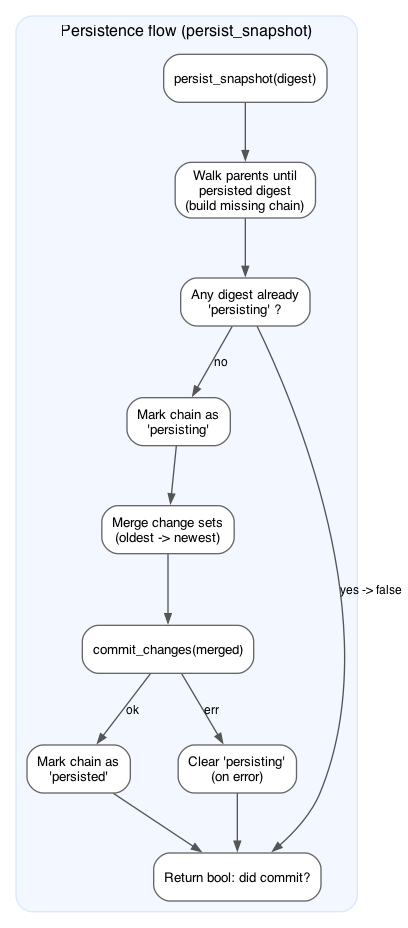
Above: examples/revm/docs/revm_persistence_flow.png in commonwarexyz/monorepo (Graphviz), before the change. Its source is kept beside it as examples/revm/docs/revm_persistence_flow.dot. The source it was exported from:
```dot
digraph revm_persistence_flow {
  rankdir=TB;
  splines=true;
  nodesep=0.5;
  ranksep=0.6;
  fontname="Helvetica";
  fontsize=12;

  node [
    shape=box,
    style="rounded,filled",
    fillcolor="white",
    color="#666666",
    fontname="Helvetica",
    fontsize=10
  ];
  edge [
    color="#555555",
    fontname="Helvetica",
    fontsize=9,
    arrowsize=0.7
  ];

  subgraph cluster_flow {
    label="Persistence flow (persist_snapshot)";
    style="rounded,filled";
    color="#D9E7FF";
    fillcolor="#F3F7FF";

    Start[label="persist_snapshot(digest)"];
    Chain[label="Walk parents until\npersisted digest\n(build missing chain)"];
    Check[label="Any digest already\n'persisting' ?"];
    Mark[label="Mark chain as\n'persisting'"];
    Merge[label="Merge change sets\n(oldest -> newest)"];
    Commit[label="commit_changes(merged)"];
    MarkDone[label="Mark chain as\n'persisted'"];
    Clear[label="Clear 'persisting'\n(on error)"];
    Done[label="Return bool: did commit?"];

    Start -> Chain -> Check;
    Check -> Done [label="yes -> false"];
    Check -> Mark [label="no"];
    Mark -> Merge -> Commit;
    Commit -> MarkDone [label="ok"];
    Commit -> Clear [label="err"];
    MarkDone -> Done;
    Clear -> Done;
  }
}
```
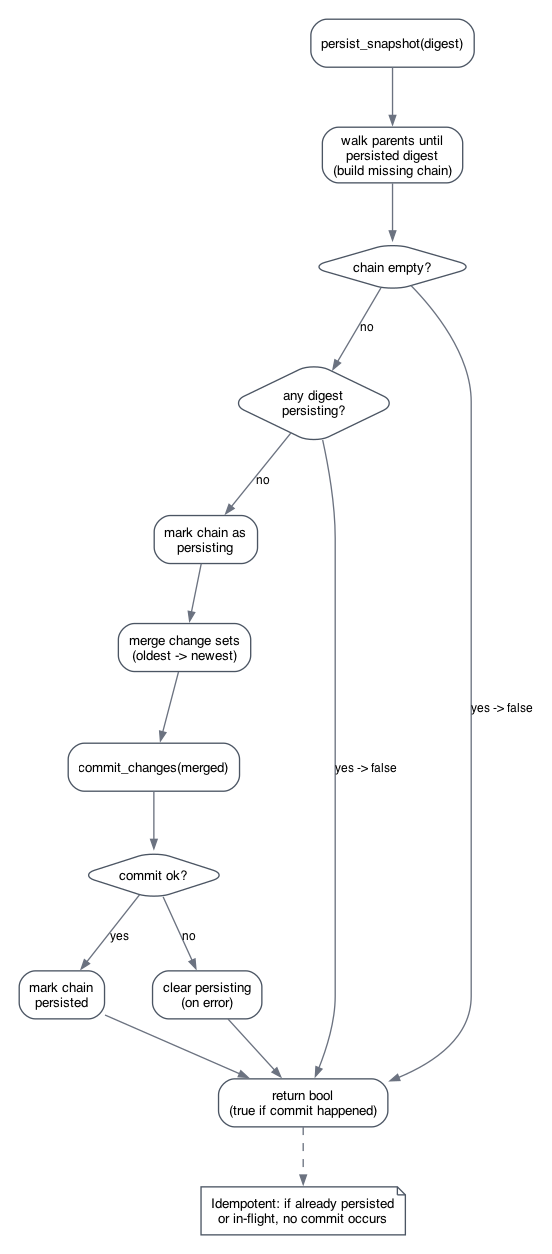
Later version of the same file.

Commit message:
docs(revm): improve diagrams

Change to the diagram source:
```diff
@@ -1,49 +1,52 @@
 digraph revm_persistence_flow {
-  rankdir=TB;
-  splines=true;
-  nodesep=0.5;
-  ranksep=0.6;
-  fontname="Helvetica";
-  fontsize=12;
+  graph [
+    rankdir=TB,
+    bgcolor="white",
+    pad="0.2",
+    nodesep=0.5,
+    ranksep=0.6,
+    fontname="Helvetica",
+    fontsize=12
+  ];
 
   node [
     shape=box,
     style="rounded,filled",
     fillcolor="white",
-    color="#666666",
+    color="#4B5563",
     fontname="Helvetica",
     fontsize=10
   ];
   edge [
-    color="#555555",
+    color="#6B7280",
     fontname="Helvetica",
     fontsize=9,
     arrowsize=0.7
   ];
 
-  subgraph cluster_flow {
-    label="Persistence flow (persist_snapshot)";
-    style="rounded,filled";
-    color="#D9E7FF";
-    fillcolor="#F3F7FF";
+  Start[label="persist_snapshot(digest)"];
+  BuildChain[label="walk parents until\npersisted digest\n(build missing chain)"];
+  Empty[shape=diamond, label="chain empty?"];
+  InFlight[shape=diamond, label="any digest\npersisting?"];
+  Mark[label="mark chain as\npersisting"];
+  Merge[label="merge change sets\n(oldest -> newest)"];
+  Commit[label="commit_changes(merged)"];
+  CommitOk[shape=diamond, label="commit ok?"];
+  MarkDone[label="mark chain\npersisted"];
+  Clear[label="clear persisting\n(on error)"];
+  Done[label="return bool\n(true if commit happened)"];
 
-    Start[label="persist_snapshot(digest)"];
-    Chain[label="Walk parents until\npersisted digest\n(build missing chain)"];
-    Check[label="Any digest already\n'persisting' ?"];
-    Mark[label="Mark chain as\n'persisting'"];
-    Merge[label="Merge change sets\n(oldest -> newest)"];
-    Commit[label="commit_changes(merged)"];
-    MarkDone[label="Mark chain as\n'persisted'"];
-    Clear[label="Clear 'persisting'\n(on error)"];
-    Done[label="Return bool: did commit?"];
+  Start -> BuildChain -> Empty;
+  Empty -> Done [label="yes -> false"];
+  Empty -> InFlight [label="no"];
+  InFlight -> Done [label="yes -> false"];
+  InFlight -> Mark [label="no"];
+  Mark -> Merge -> Commit -> CommitOk;
+  CommitOk -> MarkDone [label="yes"];
+  CommitOk -> Clear [label="no"];
+  MarkDone -> Done;
+  Clear -> Done;
 
-    Start -> Chain -> Check;
-    Check -> Done [label="yes -> false"];
-    Check -> Mark [label="no"];
-    Mark -> Merge -> Commit;
-    Commit -> MarkDone [label="ok"];
-    Commit -> Clear [label="err"];
-    MarkDone -> Done;
-    Clear -> Done;
-  }
+  NoteIdem[shape=note, fillcolor="white", label="Idempotent: if already persisted\nor in-flight, no commit occurs"];
+  Done -> NoteIdem [style=dashed];
 }
```
